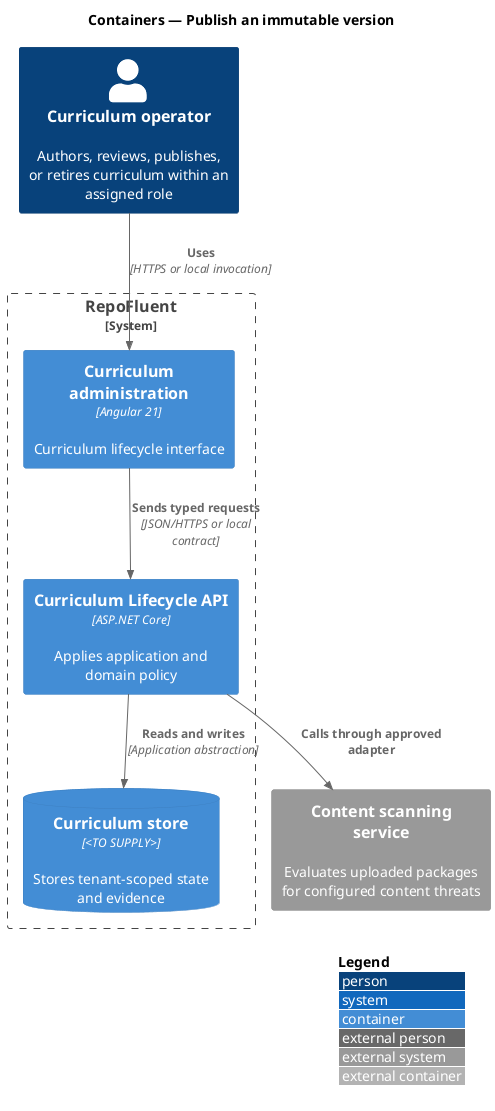
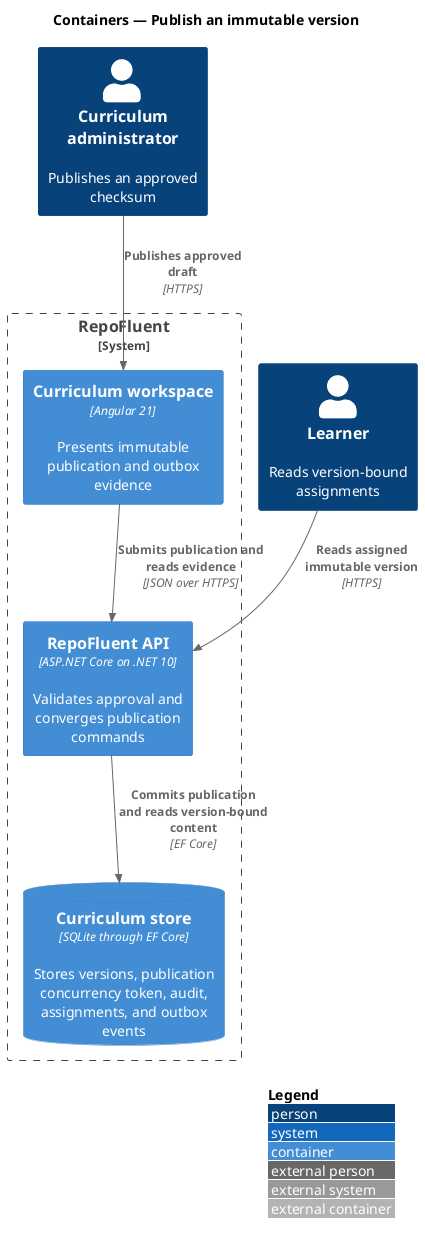
@startuml
!include <C4/C4_Container>
LAYOUT_WITH_LEGEND()
title Containers — Publish an immutable version

- Person(actor, "Curriculum operator", "Authors, reviews, publishes, or retires curriculum within an assigned role")
+ Person(admin, "Curriculum administrator", "Publishes an approved checksum")
+ Person(learner, "Learner", "Reads version-bound assignments")
System_Boundary(repofluent, "RepoFluent") {
-   Container(entry, "Curriculum administration", "Angular 21", "Curriculum lifecycle interface")
-   Container(api, "Curriculum Lifecycle API", "ASP.NET Core", "Applies application and domain policy")
-   ContainerDb(store, "Curriculum store", "<TO SUPPLY>", "Stores tenant-scoped state and evidence")
+   Container(web, "Curriculum workspace", "Angular 21", "Presents immutable publication and outbox evidence")
+   Container(api, "RepoFluent API", "ASP.NET Core on .NET 10", "Validates approval and converges publication commands")
+   ContainerDb(store, "Curriculum store", "SQLite through EF Core", "Stores versions, publication concurrency token, audit, assignments, and outbox events")
}
- System_Ext(dependency, "Content scanning service", "Evaluates uploaded packages for configured content threats")

- Rel(actor, entry, "Uses", "HTTPS or local invocation")
- Rel(entry, api, "Sends typed requests", "JSON/HTTPS or local contract")
- Rel(api, store, "Reads and writes", "Application abstraction")
- Rel(api, dependency, "Calls through approved adapter")
+ Rel(admin, web, "Publishes approved draft", "HTTPS")
+ Rel(web, api, "Submits publication and reads evidence", "JSON over HTTPS")
+ Rel(api, store, "Commits publication and reads version-bound content", "EF Core")
+ Rel(learner, api, "Reads assigned immutable version", "HTTPS")
@enduml
